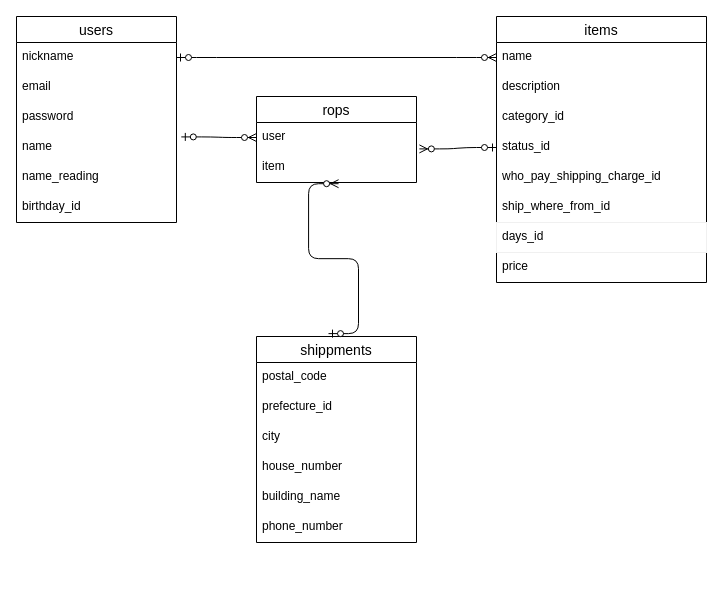
Earlier version of the draw.io diagram furima_er.dio (rureo/furima-34969). Source tidied: cells renumbered, new cells numbered last; positions are measured from the earlier drawing's top-left corner, leaving out a move shared by most shapes. Both pictures are drawn from the tidied source at 100%, with x=0, y=0 at pixel (16, 16).
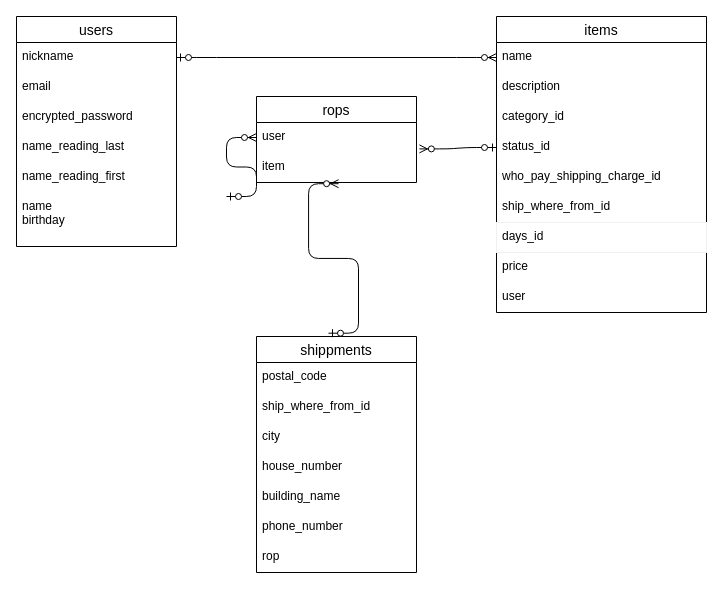
The same diagram, later.

Commit message (it also covers changes not shown here):
データベース　修正

The change refers to these unchanged cells:
```xml
<mxCell id="26" value="user" style="text;strokeColor=none;fillColor=none;spacingLeft=4;spacingRight=4;overflow=hidden;points=[[0,0.5],[1,0.5]];portConstraint=eastwest;fontSize=12;" parent="25" vertex="1">
  <mxGeometry y="26" width="160" height="30" as="geometry" />
</mxCell>
```

The edit, as a diff of the source:
```diff
@@
     <mxCell id="2" value="users" style="swimlane;fontStyle=0;horizontal=1;startSize=26;align=center;fontSize=14;" parent="1" vertex="1">
-      <mxGeometry width="160" height="206" as="geometry" />
+      <mxGeometry width="160" height="230" as="geometry" />
     </mxCell>
@@
-    <mxCell id="5" value="password" style="text;strokeColor=none;fillColor=none;spacingLeft=4;spacingRight=4;overflow=hidden;fontSize=12;" parent="2" vertex="1">
+    <mxCell id="5" value="encrypted_password" style="text;strokeColor=none;fillColor=none;spacingLeft=4;spacingRight=4;overflow=hidden;fontSize=12;" parent="2" vertex="1">
       <mxGeometry y="86" width="160" height="30" as="geometry" />
     </mxCell>
+    <mxCell id="7" value="name_reading_last" style="text;strokeColor=none;fillColor=none;spacingLeft=4;spacingRight=4;overflow=hidden;fontSize=12;" parent="2" vertex="1">
+      <mxGeometry y="116" width="160" height="30" as="geometry" />
+    </mxCell>
-    <mxCell id="6" value="name" style="text;strokeColor=none;fillColor=none;spacingLeft=4;spacingRight=4;overflow=hidden;points=[[0,0.5],[1,0.5]];portConstraint=eastwest;fontSize=12;" parent="2" vertex="1">
-      <mxGeometry y="116" width="160" height="30" as="geometry" />
+    <mxCell id="6" value="name_reading_first" style="text;strokeColor=none;fillColor=none;spacingLeft=4;spacingRight=4;overflow=hidden;points=[[0,0.5],[1,0.5]];portConstraint=eastwest;fontSize=12;" parent="2" vertex="1">
+      <mxGeometry y="146" width="160" height="30" as="geometry" />
     </mxCell>
-    <mxCell id="7" value="name_reading" style="text;strokeColor=none;fillColor=none;spacingLeft=4;spacingRight=4;overflow=hidden;fontSize=12;" parent="2" vertex="1">
-      <mxGeometry y="146" width="160" height="30" as="geometry" />
-    </mxCell>
-    <mxCell id="8" value="birthday_id" style="text;strokeColor=none;fillColor=none;spacingLeft=4;spacingRight=4;overflow=hidden;fontSize=12;" parent="2" vertex="1">
-      <mxGeometry y="176" width="160" height="30" as="geometry" />
+    <mxCell id="8" value="name&#10;birthday" style="text;strokeColor=none;fillColor=none;spacingLeft=4;spacingRight=4;overflow=hidden;fontSize=12;" parent="2" vertex="1">
+      <mxGeometry y="176" width="160" height="54" as="geometry" />
     </mxCell>
     <mxCell id="9" value="items" style="swimlane;fontStyle=0;horizontal=1;startSize=26;align=center;fontSize=14;" parent="1" vertex="1">
-      <mxGeometry x="480" width="210" height="266" as="geometry" />
+      <mxGeometry x="480" width="210" height="296" as="geometry" />
     </mxCell>
@@
+    <mxCell id="32" value="user" style="text;strokeColor=none;fillColor=none;spacingLeft=4;spacingRight=4;overflow=hidden;fontSize=12;" parent="9" vertex="1">
+      <mxGeometry y="266" width="210" height="30" as="geometry" />
+    </mxCell>
     <mxCell id="18" value="shippments" style="swimlane;fontStyle=0;horizontal=1;startSize=26;align=center;fontSize=14;" parent="1" vertex="1">
-      <mxGeometry x="240" y="320" width="160" height="206" as="geometry" />
+      <mxGeometry x="240" y="320" width="160" height="236" as="geometry" />
     </mxCell>
@@
-    <mxCell id="20" value="prefecture_id" style="text;strokeColor=none;fillColor=none;spacingLeft=4;spacingRight=4;overflow=hidden;fontSize=12;" parent="18" vertex="1">
+    <mxCell id="20" value="ship_where_from_id   " style="text;strokeColor=none;fillColor=none;spacingLeft=4;spacingRight=4;overflow=hidden;fontSize=12;" parent="18" vertex="1">
       <mxGeometry y="56" width="160" height="30" as="geometry" />
     </mxCell>
@@
+    <mxCell id="33" value="rop" style="text;strokeColor=none;fillColor=none;spacingLeft=4;spacingRight=4;overflow=hidden;fontSize=12;" parent="18" vertex="1">
+      <mxGeometry y="206" width="160" height="30" as="geometry" />
+    </mxCell>
@@
-    <mxCell id="28" style="edgeStyle=entityRelationEdgeStyle;fontSize=12;html=1;endArrow=ERzeroToMany;startArrow=ERzeroToOne;exitX=1.03;exitY=0.147;exitDx=0;exitDy=0;exitPerimeter=0;entryX=0;entryY=0.5;entryDx=0;entryDy=0;" parent="1" edge="1" source="6" target="26">
-      <mxGeometry relative="1" as="geometry" />
+    <mxCell id="28" style="edgeStyle=entityRelationEdgeStyle;fontSize=12;html=1;endArrow=ERzeroToMany;startArrow=ERzeroToOne;entryX=0;entryY=0.5;entryDx=0;entryDy=0;" parent="1" edge="1" target="26">
+      <mxGeometry relative="1" as="geometry">
+        <mxPoint x="210" y="180" as="sourcePoint" />
+      </mxGeometry>
     </mxCell>
```
